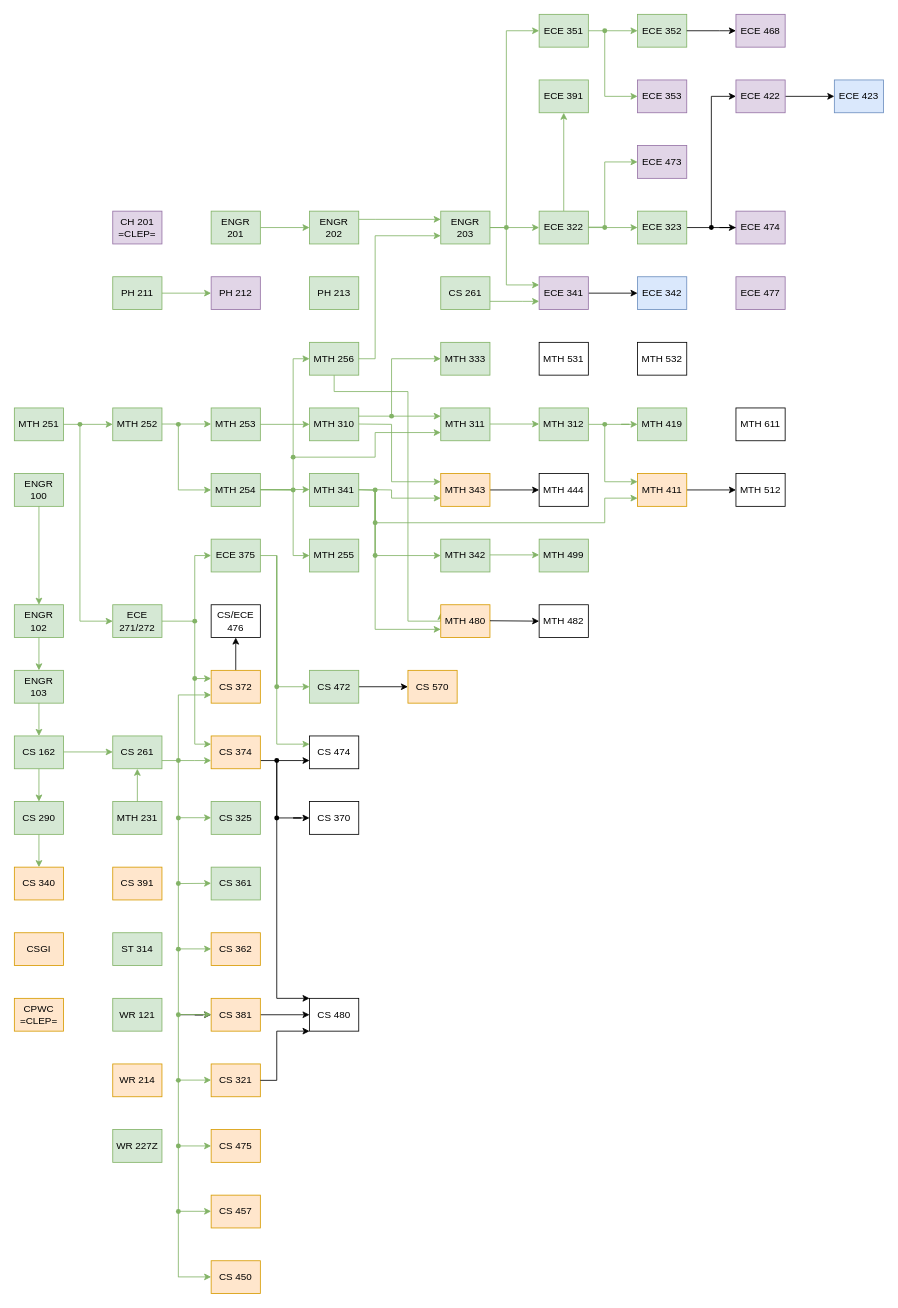
Earlier version of the draw.io diagram Classes.drawio (Jonas-Carew/Class-Flowchart). Source tidied: cells renumbered, new cells numbered last; positions are measured from the earlier drawing's top-left corner, leaving out a move shared by most shapes. Both pictures are drawn from the tidied source at 82%, with x=0, y=0 at pixel (14, 14).
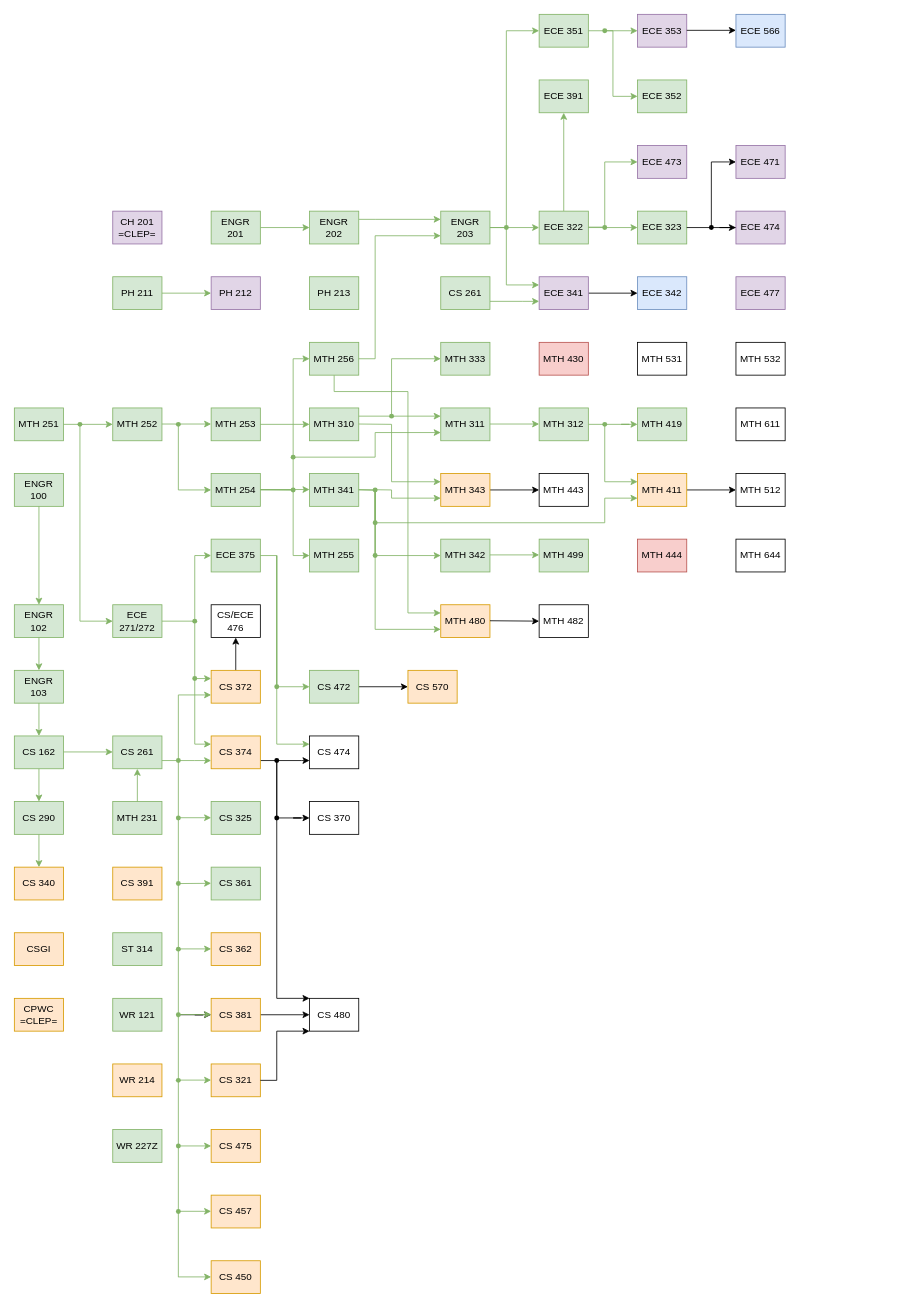
Above is the later version.

Commit message:
Updated ECE and MTH classes

Unchanged cells that the change refers to:
```xml
<mxCell id="78" value="MTH 256" style="rounded=0;whiteSpace=wrap;html=1;fillColor=#d5e8d4;strokeColor=#82b366;" parent="1" vertex="1">
  <mxGeometry x="360" y="400" width="60" height="40" as="geometry" />
</mxCell>
<mxCell id="80" value="MTH 480" style="rounded=0;whiteSpace=wrap;html=1;fillColor=#ffe6cc;strokeColor=#d79b00;" parent="1" vertex="1">
  <mxGeometry x="520" y="720" width="60" height="40" as="geometry" />
</mxCell>
<mxCell id="97" value="ECE 323" style="rounded=0;whiteSpace=wrap;html=1;fillColor=#d5e8d4;strokeColor=#82b366;" parent="1" vertex="1">
  <mxGeometry x="760" y="240" width="60" height="40" as="geometry" />
</mxCell>
<mxCell id="105" value="ECE 351" style="rounded=0;whiteSpace=wrap;html=1;fillColor=#D5E8D4;strokeColor=#82B366;" parent="1" vertex="1">
  <mxGeometry x="640" width="60" height="40" as="geometry" />
</mxCell>
```

Diff of the diagram source:
```diff
@@
     <mxCell id="77" style="edgeStyle=orthogonalEdgeStyle;rounded=0;jettySize=auto;html=1;entryX=0;entryY=0.25;entryDx=0;entryDy=0;fillColor=#d5e8d4;strokeColor=#82b366;" parent="1" edge="1" source="78" target="80">
       <mxGeometry relative="1" as="geometry">
         <Array as="points">
           <mxPoint x="390" y="460" />
           <mxPoint x="480" y="460" />
-          <mxPoint x="480" y="740" />
-          <mxPoint x="520" y="740" />
+          <mxPoint x="480" y="730" />
         </Array>
       </mxGeometry>
     </mxCell>
@@
-    <mxCell id="95" style="edgeStyle=orthogonalEdgeStyle;rounded=0;jettySize=auto;html=1;entryX=0;entryY=0.5;entryDx=0;entryDy=0;" parent="1" edge="1" source="97" target="115">
-      <mxGeometry relative="1" as="geometry" />
-    </mxCell>
@@
-    <mxCell id="104" style="edgeStyle=orthogonalEdgeStyle;rounded=0;jettySize=auto;html=1;strokeColor=#82B366;" parent="1" edge="1" source="105" target="107">
+    <mxCell id="104" style="edgeStyle=orthogonalEdgeStyle;rounded=0;jettySize=auto;html=1;strokeColor=#82B366;entryX=0;entryY=0.5;entryDx=0;entryDy=0;" parent="1" edge="1" source="105" target="107">
       <mxGeometry relative="1" as="geometry" />
     </mxCell>
@@
     <mxCell id="107" value="ECE 352" style="rounded=0;whiteSpace=wrap;html=1;fillColor=#d5e8d4;strokeColor=#82b366;" parent="1" vertex="1">
-      <mxGeometry x="760" width="60" height="40" as="geometry" />
+      <mxGeometry x="760" y="80" width="60" height="40" as="geometry" />
     </mxCell>
@@
     <mxCell id="111" value="ECE 353" style="rounded=0;whiteSpace=wrap;html=1;fillColor=#e1d5e7;strokeColor=#9673a6;" parent="1" vertex="1">
-      <mxGeometry x="760" y="80" width="60" height="40" as="geometry" />
+      <mxGeometry x="760" width="60" height="40" as="geometry" />
     </mxCell>
@@
-    <mxCell id="114" style="edgeStyle=orthogonalEdgeStyle;rounded=0;jettySize=auto;html=1;" parent="1" edge="1" source="115" target="116">
-      <mxGeometry relative="1" as="geometry" />
-    </mxCell>
-    <mxCell id="115" value="ECE 422" style="rounded=0;whiteSpace=wrap;html=1;fillColor=#e1d5e7;strokeColor=#9673a6;" parent="1" vertex="1">
-      <mxGeometry x="880" y="80" width="60" height="40" as="geometry" />
-    </mxCell>
-    <mxCell id="116" value="ECE 423" style="rounded=0;whiteSpace=wrap;html=1;fillColor=#dae8fc;strokeColor=#6c8ebf;" parent="1" vertex="1">
-      <mxGeometry x="1000" y="80" width="60" height="40" as="geometry" />
-    </mxCell>
@@
-    <mxCell id="118" value="ECE 468" style="rounded=0;whiteSpace=wrap;html=1;fillColor=#e1d5e7;strokeColor=#9673a6;" parent="1" vertex="1">
-      <mxGeometry x="880" width="60" height="40" as="geometry" />
-    </mxCell>
-    <mxCell id="119" style="edgeStyle=orthogonalEdgeStyle;rounded=0;jettySize=auto;html=1;entryX=0;entryY=0.5;entryDx=0;entryDy=0;" parent="1" edge="1" target="118">
-      <mxGeometry relative="1" as="geometry">
-        <mxPoint x="820" y="20" as="sourcePoint" />
-        <Array as="points">
-          <mxPoint x="860" y="20" />
-          <mxPoint x="860" y="20" />
-        </Array>
-      </mxGeometry>
-    </mxCell>
@@
-    <mxCell id="169" value="&lt;div&gt;MTH 444&lt;/div&gt;" style="rounded=0;whiteSpace=wrap;html=1;" parent="1" vertex="1">
+    <mxCell id="169" value="&lt;div&gt;MTH 443&lt;/div&gt;" style="rounded=0;whiteSpace=wrap;html=1;" parent="1" vertex="1">
       <mxGeometry x="640" y="560" width="60" height="40" as="geometry" />
     </mxCell>
@@
     <mxCell id="174" value="&lt;div&gt;MTH 531&lt;br&gt;&lt;/div&gt;" style="rounded=0;whiteSpace=wrap;html=1;" parent="1" vertex="1">
-      <mxGeometry x="640" y="400" width="60" height="40" as="geometry" />
+      <mxGeometry x="760" y="400" width="60" height="40" as="geometry" />
     </mxCell>
     <mxCell id="175" value="&lt;div&gt;MTH 532&lt;br&gt;&lt;/div&gt;" style="rounded=0;whiteSpace=wrap;html=1;" parent="1" vertex="1">
-      <mxGeometry x="760" y="400" width="60" height="40" as="geometry" />
+      <mxGeometry x="880" y="400" width="60" height="40" as="geometry" />
     </mxCell>
@@
+    <mxCell id="180" style="edgeStyle=orthogonalEdgeStyle;rounded=0;jettySize=auto;html=1;exitX=1;exitY=0.5;exitDx=0;exitDy=0;" parent="1" edge="1" source="97">
+      <mxGeometry relative="1" as="geometry">
+        <mxPoint x="880" y="180" as="targetPoint" />
+        <Array as="points">
+          <mxPoint x="850" y="260" />
+          <mxPoint x="850" y="180" />
+        </Array>
+      </mxGeometry>
+    </mxCell>
+    <mxCell id="181" value="ECE 471" style="rounded=0;whiteSpace=wrap;html=1;fillColor=#E1D5E7;strokeColor=#9673A6;" parent="1" vertex="1">
+      <mxGeometry x="880" y="160" width="60" height="40" as="geometry" />
+    </mxCell>
+    <mxCell id="182" style="edgeStyle=orthogonalEdgeStyle;rounded=0;orthogonalLoop=1;jettySize=auto;html=1;" parent="1" edge="1">
+      <mxGeometry relative="1" as="geometry">
+        <mxPoint x="820" y="19.5" as="sourcePoint" />
+        <mxPoint x="880" y="19.5" as="targetPoint" />
+      </mxGeometry>
+    </mxCell>
+    <mxCell id="183" value="ECE 566" style="rounded=0;whiteSpace=wrap;html=1;fillColor=#dae8fc;strokeColor=#6c8ebf;" parent="1" vertex="1">
+      <mxGeometry x="880" width="60" height="40" as="geometry" />
+    </mxCell>
+    <mxCell id="184" value="&lt;div&gt;MTH 644&lt;/div&gt;" style="rounded=0;whiteSpace=wrap;html=1;" parent="1" vertex="1">
+      <mxGeometry x="880" y="640" width="60" height="40" as="geometry" />
+    </mxCell>
+    <mxCell id="185" value="&lt;div&gt;MTH 430&lt;/div&gt;" style="rounded=0;whiteSpace=wrap;html=1;fillColor=#f8cecc;strokeColor=#b85450;" parent="1" vertex="1">
+      <mxGeometry x="640" y="400" width="60" height="40" as="geometry" />
+    </mxCell>
+    <mxCell id="186" value="&lt;div&gt;MTH 444&lt;/div&gt;" style="rounded=0;whiteSpace=wrap;html=1;fillColor=#f8cecc;strokeColor=#b85450;" parent="1" vertex="1">
+      <mxGeometry x="760" y="640" width="60" height="40" as="geometry" />
+    </mxCell>
```
